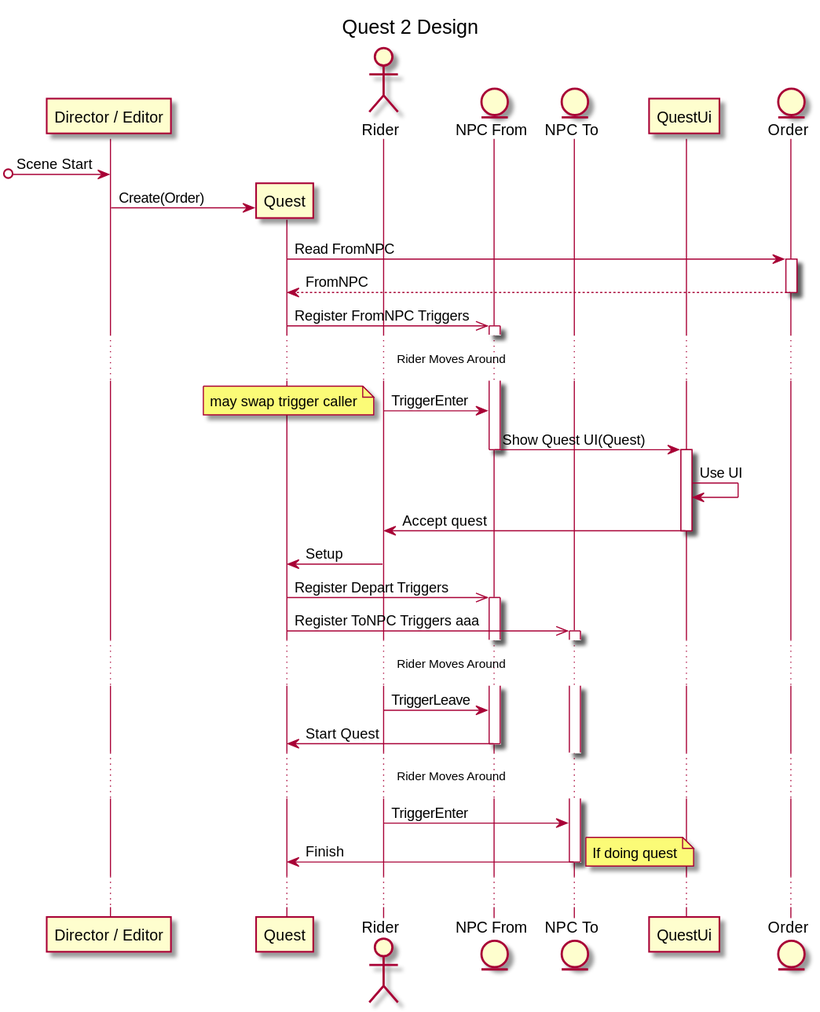
Before: Assets/dicksonmd/Design/Quest2.svg, a diagram exported from PlantUML (vicksonzero/swingzip). Its diagram source:
```plantuml
@startuml Quest2

title Quest 2 Design

skinparam ParticipantPadding 30

participant "Director / Editor" as Director
participant Quest
actor Rider
entity "NPC From" as FromNpc
entity "NPC To" as ToNpc
participant QuestUi
entity Order

[o-> Director : Scene Start
Director -> Quest ** : Create(Order)
Quest -> Order ++ : Read FromNPC
Order --> Quest -- : FromNPC
Quest ->> FromNpc ++ : Register FromNPC Triggers

... Rider Moves Around ...

Rider -> FromNpc : TriggerEnter
note left: may swap trigger caller
FromNpc -> QuestUi --++ : Show Quest UI(Quest)
QuestUi -> QuestUi : Use UI
QuestUi -> Rider -- : Accept quest
Rider -> Quest : Setup
Quest ->> FromNpc ++ : Register Depart Triggers
Quest ->> ToNpc ++ : Register ToNPC Triggers aaa

... Rider Moves Around ...

Rider -> FromNpc : TriggerLeave
FromNpc -> Quest -- : Start Quest

... Rider Moves Around ...

Rider -> ToNpc : TriggerEnter
ToNpc -> Quest -- : Finish
note right : If doing quest
...


@enduml
```
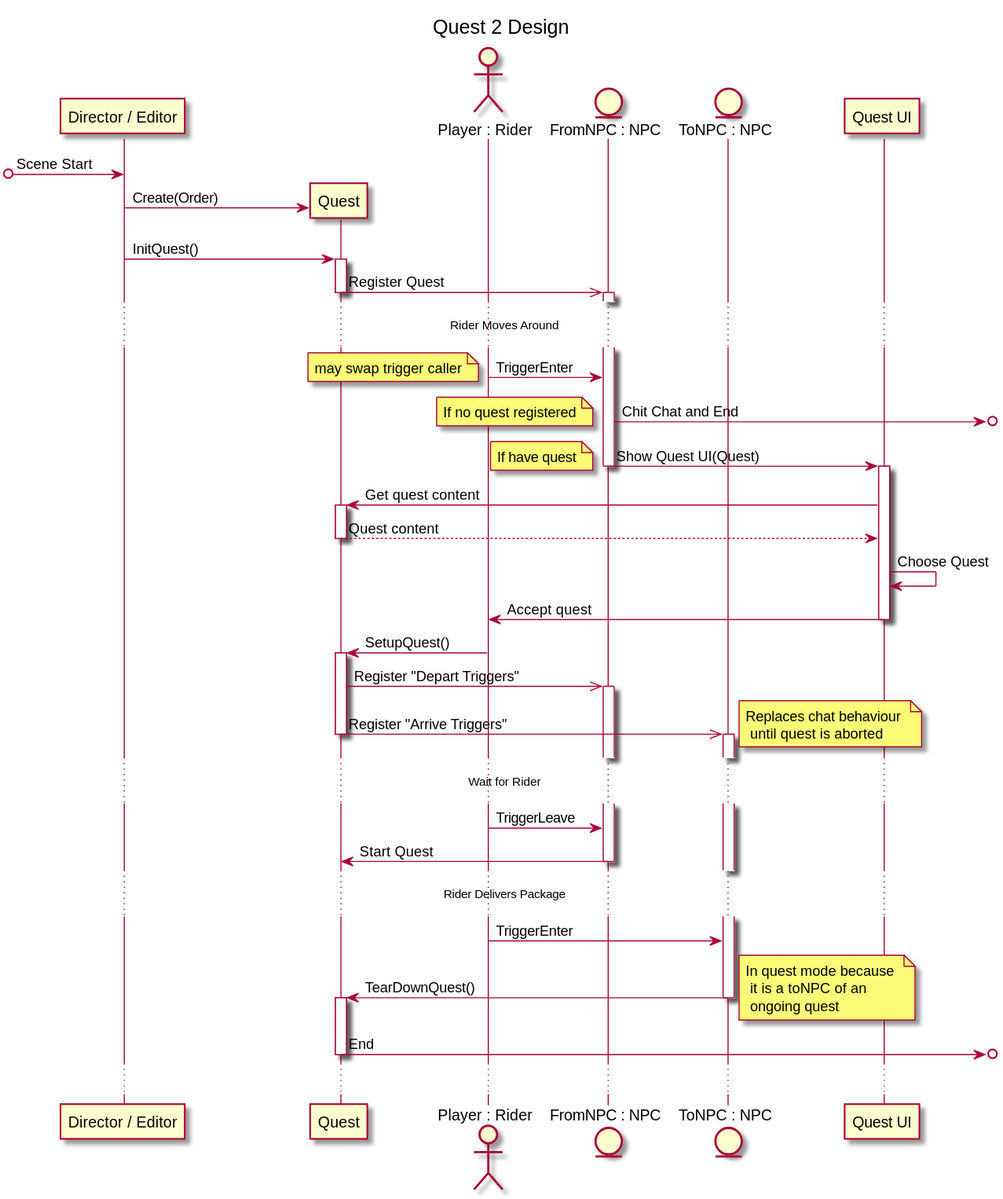
The same diagram one commit later.

What changed in the source:
```diff
@@ -2,44 +2,53 @@
 
 title Quest 2 Design
 
-skinparam ParticipantPadding 30
+skinparam ParticipantPadding 50
+
 
 participant "Director / Editor" as Director
-participant Quest
-actor Rider
-entity "NPC From" as FromNpc
-entity "NPC To" as ToNpc
-participant QuestUi
-entity Order
+participant Quest               as Quest
+actor "Player : Rider"                     as Rider
+entity "FromNPC : NPC"               as FromNpc
+entity "ToNPC : NPC"                 as ToNpc
+participant "Quest UI"          as QuestUi
 
-[o-> Director : Scene Start
-Director -> Quest ** : Create(Order)
-Quest -> Order ++ : Read FromNPC
-Order --> Quest -- : FromNPC
-Quest ->> FromNpc ++ : Register FromNPC Triggers
+[o-> Director                       : Scene Start
+Director -> Quest                ** : Create(Order)
+Director -> Quest                ++ : InitQuest()
+Quest ->> FromNpc              --++ : Register Quest
 
 ... Rider Moves Around ...
 
-Rider -> FromNpc : TriggerEnter
-note left: may swap trigger caller
-FromNpc -> QuestUi --++ : Show Quest UI(Quest)
-QuestUi -> QuestUi : Use UI
-QuestUi -> Rider -- : Accept quest
-Rider -> Quest : Setup
-Quest ->> FromNpc ++ : Register Depart Triggers
-Quest ->> ToNpc ++ : Register ToNPC Triggers aaa
+Rider -> FromNpc                    : TriggerEnter
+note left                           : may swap trigger caller
+FromNpc ->o]                        : Chit Chat and End
+note left                           : If no quest registered
+FromNpc -> QuestUi             --++ : Show Quest UI(Quest)
+note left                           : If have quest
+QuestUi -> Quest                 ++ : Get quest content
+QuestUi <-- Quest                -- : Quest content
+QuestUi -> QuestUi                  : Choose Quest
+QuestUi -> Rider                 -- : Accept quest
+Rider -> Quest                   ++ : SetupQuest()
+Quest ->> FromNpc                ++ : Register "Depart Triggers"
+Quest ->> ToNpc                --++ : Register "Arrive Triggers"
+note right                          : Replaces chat behaviour \n until quest is aborted
 
-... Rider Moves Around ...
+... Wait for Rider ...
 
-Rider -> FromNpc : TriggerLeave
-FromNpc -> Quest -- : Start Quest
+Rider -> FromNpc                    : TriggerLeave
+FromNpc -> Quest                 -- : Start Quest
 
-... Rider Moves Around ...
+... Rider Delivers Package ...
 
-Rider -> ToNpc : TriggerEnter
-ToNpc -> Quest -- : Finish
-note right : If doing quest
+Rider -> ToNpc                      : TriggerEnter
+ToNpc -> Quest                 --++ : TearDownQuest()
+note right                          : In quest mode because \n it is a toNPC of an \n ongoing quest
+Quest ->o]                      --  : End
 ...
 
 
+
+
+
 @enduml
```
